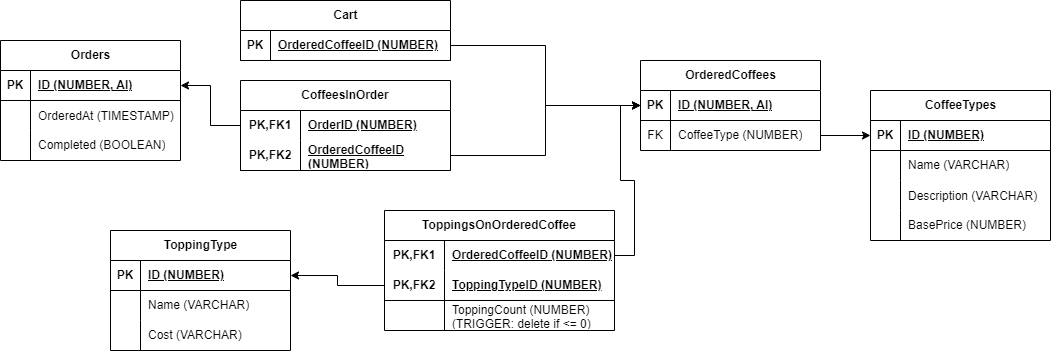
Juuhva/ProgTech-Porta-cafe keeps this draw.io diagram as Docs/imgs/adatbazis.png. Above is the earlier version. Source tidied: cells renumbered, new cells last; positions are measured from the earlier drawing's top-left corner, leaving out a move shared by most shapes.
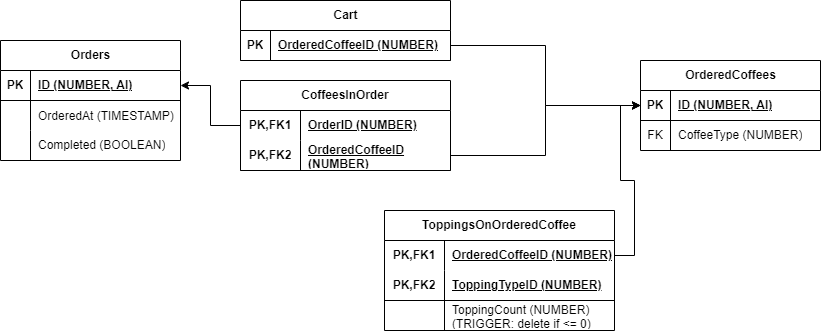
The same file after the commit.

Commit message:
Adatbázisterv - nem használt táblák eltávolítása

The edit, as a diff of the source:
```diff
@@ -2,45 +2,6 @@
   <root>
     <mxCell id="0" />
     <mxCell id="1" parent="0" />
-    <mxCell id="2" value="CoffeeTypes" style="shape=table;startSize=30;rowLines=0;fontStyle=1;align=center;html=1;" parent="1" vertex="1">
-      <mxGeometry x="870" y="90" width="180" height="150" as="geometry" />
-    </mxCell>
-    <mxCell id="3" style="shape=tableRow;horizontal=0;startSize=0;swimlaneHead=0;swimlaneBody=0;fillColor=none;points=[[0,0.5],[1,0.5]];portConstraint=eastwest;top=0;left=0;right=0;bottom=1;" parent="2" vertex="1">
-      <mxGeometry y="30" width="180" height="30" as="geometry" />
-    </mxCell>
-    <mxCell id="4" value="PK" style="shape=partialRectangle;fillColor=none;top=0;left=0;bottom=0;right=0;fontStyle=1;overflow=hidden;whiteSpace=wrap;html=1;" parent="3" vertex="1">
-      <mxGeometry width="30" height="30" as="geometry" />
-    </mxCell>
-    <mxCell id="5" value="ID (NUMBER)" style="shape=partialRectangle;fillColor=none;top=0;left=0;bottom=0;right=0;align=left;spacingLeft=6;fontStyle=5;overflow=hidden;whiteSpace=wrap;html=1;" parent="3" vertex="1">
-      <mxGeometry x="30" width="150" height="30" as="geometry" />
-    </mxCell>
-    <mxCell id="6" style="shape=tableRow;horizontal=0;startSize=0;swimlaneHead=0;swimlaneBody=0;fillColor=none;top=0;left=0;right=0;bottom=0;" parent="2" vertex="1">
-      <mxGeometry y="60" width="180" height="30" as="geometry" />
-    </mxCell>
-    <mxCell id="7" style="shape=partialRectangle;fillColor=none;top=0;left=0;bottom=0;right=0;overflow=hidden;whiteSpace=wrap;html=1;" parent="6" vertex="1">
-      <mxGeometry width="30" height="30" as="geometry" />
-    </mxCell>
-    <mxCell id="8" value="Name (VARCHAR)" style="shape=partialRectangle;fillColor=none;top=0;left=0;bottom=0;right=0;align=left;spacingLeft=6;overflow=hidden;whiteSpace=wrap;html=1;" parent="6" vertex="1">
-      <mxGeometry x="30" width="150" height="30" as="geometry" />
-    </mxCell>
-    <mxCell id="9" style="shape=tableRow;horizontal=0;startSize=0;swimlaneHead=0;swimlaneBody=0;fillColor=none;top=0;left=0;right=0;bottom=0;" parent="2" vertex="1">
-      <mxGeometry y="90" width="180" height="30" as="geometry" />
-    </mxCell>
-    <mxCell id="10" style="shape=partialRectangle;fillColor=none;top=0;left=0;bottom=0;right=0;overflow=hidden;" parent="9" vertex="1">
-      <mxGeometry width="30" height="30" as="geometry" />
-    </mxCell>
-    <mxCell id="11" value="Description (VARCHAR)" style="shape=partialRectangle;fillColor=none;top=0;left=0;bottom=0;right=0;align=left;spacingLeft=6;overflow=hidden;" parent="9" vertex="1">
-      <mxGeometry x="30" width="150" height="30" as="geometry" />
-    </mxCell>
-    <mxCell id="12" style="shape=tableRow;horizontal=0;startSize=0;swimlaneHead=0;swimlaneBody=0;fillColor=none;top=0;left=0;right=0;bottom=0;" parent="2" vertex="1">
-      <mxGeometry y="120" width="180" height="30" as="geometry" />
-    </mxCell>
-    <mxCell id="13" style="shape=partialRectangle;fillColor=none;top=0;left=0;bottom=0;right=0;overflow=hidden;whiteSpace=wrap;html=1;" parent="12" vertex="1">
-      <mxGeometry width="30" height="30" as="geometry" />
-    </mxCell>
-    <mxCell id="14" value="BasePrice (NUMBER)" style="shape=partialRectangle;fillColor=none;top=0;left=0;bottom=0;right=0;align=left;spacingLeft=6;overflow=hidden;whiteSpace=wrap;html=1;" parent="12" vertex="1">
-      <mxGeometry x="30" width="150" height="30" as="geometry" />
-    </mxCell>
     <mxCell id="15" value="Orders" style="shape=table;startSize=30;rowLines=0;fontStyle=1;align=center;html=1;" parent="1" vertex="1">
       <mxGeometry y="40" width="180" height="120" as="geometry" />
     </mxCell>
@@ -125,9 +86,6 @@
     <mxCell id="42" value="CoffeeType (NUMBER)" style="shape=partialRectangle;fillColor=none;top=0;left=0;bottom=0;right=0;align=left;spacingLeft=6;overflow=hidden;whiteSpace=wrap;html=1;" parent="40" vertex="1">
       <mxGeometry x="30" width="150" height="30" as="geometry" />
     </mxCell>
-    <mxCell id="43" style="edgeStyle=orthogonalEdgeStyle;rounded=0;jettySize=auto;html=1;entryX=0;entryY=0.5;entryDx=0;entryDy=0;" parent="1" edge="1" source="40" target="3">
-      <mxGeometry relative="1" as="geometry" />
-    </mxCell>
     <mxCell id="44" value="ToppingsOnOrderedCoffee" style="shape=table;startSize=30;rowLines=0;fontStyle=1;align=center;html=1;whiteSpace=wrap;" parent="1" vertex="1">
       <mxGeometry x="384" y="210" width="230" height="120" as="geometry" />
     </mxCell>
@@ -158,42 +116,9 @@
     <mxCell id="53" value="ToppingCount (NUMBER) (TRIGGER: delete if &amp;lt;= 0)" style="shape=partialRectangle;fillColor=none;top=0;left=0;bottom=0;right=0;align=left;spacingLeft=6;overflow=hidden;html=1;whiteSpace=wrap;" parent="51" vertex="1">
       <mxGeometry x="60" width="170" height="30" as="geometry" />
     </mxCell>
-    <mxCell id="54" value="ToppingType" style="shape=table;startSize=30;rowLines=0;fontStyle=1;align=center;html=1;" parent="1" vertex="1">
-      <mxGeometry x="110" y="230" width="180" height="120" as="geometry" />
-    </mxCell>
-    <mxCell id="55" style="shape=tableRow;horizontal=0;startSize=0;swimlaneHead=0;swimlaneBody=0;fillColor=none;points=[[0,0.5],[1,0.5]];portConstraint=eastwest;top=0;left=0;right=0;bottom=1;" parent="54" vertex="1">
-      <mxGeometry y="30" width="180" height="30" as="geometry" />
-    </mxCell>
-    <mxCell id="56" value="PK" style="shape=partialRectangle;fillColor=none;top=0;left=0;bottom=0;right=0;fontStyle=1;overflow=hidden;whiteSpace=wrap;html=1;" parent="55" vertex="1">
-      <mxGeometry width="30" height="30" as="geometry" />
-    </mxCell>
-    <mxCell id="57" value="ID (NUMBER)" style="shape=partialRectangle;fillColor=none;top=0;left=0;bottom=0;right=0;align=left;spacingLeft=6;fontStyle=5;overflow=hidden;whiteSpace=wrap;html=1;" parent="55" vertex="1">
-      <mxGeometry x="30" width="150" height="30" as="geometry" />
-    </mxCell>
-    <mxCell id="58" style="shape=tableRow;horizontal=0;startSize=0;swimlaneHead=0;swimlaneBody=0;fillColor=none;top=0;left=0;right=0;bottom=0;" parent="54" vertex="1">
-      <mxGeometry y="60" width="180" height="30" as="geometry" />
-    </mxCell>
-    <mxCell id="59" style="shape=partialRectangle;fillColor=none;top=0;left=0;bottom=0;right=0;overflow=hidden;whiteSpace=wrap;html=1;" parent="58" vertex="1">
-      <mxGeometry width="30" height="30" as="geometry" />
-    </mxCell>
-    <mxCell id="60" value="Name (VARCHAR)" style="shape=partialRectangle;fillColor=none;top=0;left=0;bottom=0;right=0;align=left;spacingLeft=6;overflow=hidden;whiteSpace=wrap;html=1;" parent="58" vertex="1">
-      <mxGeometry x="30" width="150" height="30" as="geometry" />
-    </mxCell>
-    <mxCell id="61" style="shape=tableRow;horizontal=0;startSize=0;swimlaneHead=0;swimlaneBody=0;fillColor=none;top=0;left=0;right=0;bottom=0;" parent="54" vertex="1">
-      <mxGeometry y="90" width="180" height="30" as="geometry" />
-    </mxCell>
-    <mxCell id="62" style="shape=partialRectangle;fillColor=none;top=0;left=0;bottom=0;right=0;overflow=hidden;whiteSpace=wrap;html=1;" parent="61" vertex="1">
-      <mxGeometry width="30" height="30" as="geometry" />
-    </mxCell>
-    <mxCell id="63" value="Cost (VARCHAR)" style="shape=partialRectangle;fillColor=none;top=0;left=0;bottom=0;right=0;align=left;spacingLeft=6;overflow=hidden;whiteSpace=wrap;html=1;" parent="61" vertex="1">
-      <mxGeometry x="30" width="150" height="30" as="geometry" />
-    </mxCell>
     <mxCell id="64" style="edgeStyle=orthogonalEdgeStyle;rounded=0;jettySize=auto;html=1;" parent="1" edge="1" source="45" target="37">
       <mxGeometry relative="1" as="geometry" />
     </mxCell>
-    <mxCell id="65" style="edgeStyle=orthogonalEdgeStyle;rounded=0;jettySize=auto;html=1;exitX=0;exitY=0.5;exitDx=0;exitDy=0;" parent="1" edge="1" source="48" target="55">
-      <mxGeometry relative="1" as="geometry" />
-    </mxCell>
     <mxCell id="66" style="edgeStyle=orthogonalEdgeStyle;rounded=0;jettySize=auto;html=1;" parent="1" edge="1" source="29" target="37">
       <mxGeometry relative="1" as="geometry" />
     </mxCell>
```
